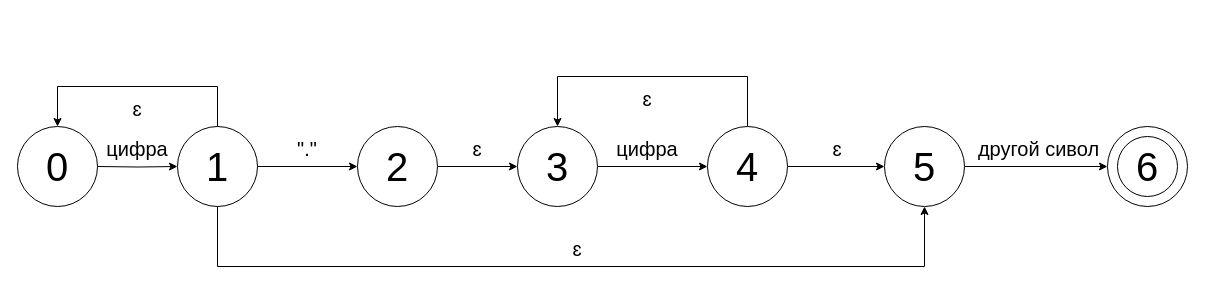
This is Курсовая/ПЗ/Файлы/number/NFA_number.drawio from GREBIAR-Git/6_Semester, a draw.io file, before an edit. Source tidied: cells renumbered, new cells numbered last; positions are measured from the earlier drawing's top-left corner, leaving out a move shared by most shapes. Both pictures are drawn from the tidied source at 100%, with x=0, y=0 at pixel (17, 76).
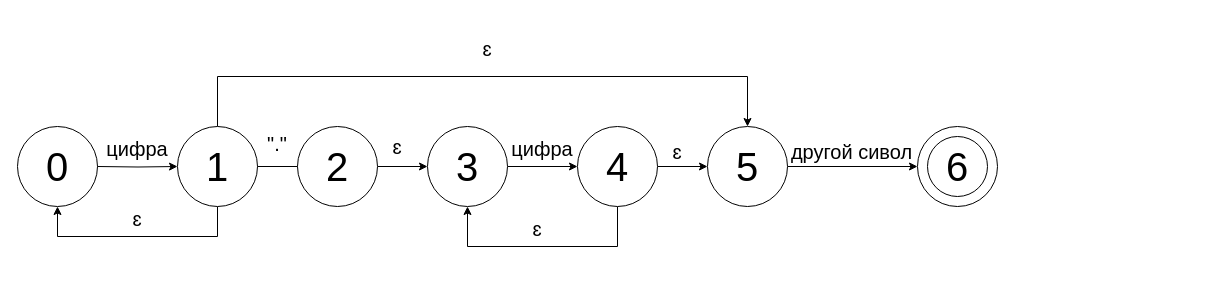
The same diagram, later.

The change refers to these unchanged cells:
```xml
<mxCell id="2" value="&lt;font style=&quot;font-size: 40px;&quot;&gt;0&lt;/font&gt;" style="ellipse;whiteSpace=wrap;html=1;" parent="1" vertex="1">
  <mxGeometry y="50" width="80" height="80" as="geometry" />
</mxCell>
<mxCell id="5" value="&lt;font style=&quot;font-size: 40px;&quot;&gt;1&lt;/font&gt;" style="ellipse;whiteSpace=wrap;html=1;" parent="1" vertex="1">
  <mxGeometry x="160" y="50" width="80" height="80" as="geometry" />
</mxCell>
```

Change to the diagram source:
```diff
@@
-    <mxCell id="3" style="edgeStyle=orthogonalEdgeStyle;rounded=0;jettySize=auto;html=1;entryX=0.5;entryY=1;entryDx=0;entryDy=0;fontSize=40;" parent="1" edge="1" source="5" target="21">
+    <mxCell id="3" style="edgeStyle=orthogonalEdgeStyle;rounded=0;jettySize=auto;html=1;fontSize=40;" parent="1" edge="1" source="5" target="21">
       <mxGeometry relative="1" as="geometry">
         <Array as="points">
-          <mxPoint x="200" y="190" />
-          <mxPoint x="907" y="190" />
+          <mxPoint x="200" />
+          <mxPoint x="730" />
         </Array>
       </mxGeometry>
     </mxCell>
-    <mxCell id="4" style="edgeStyle=orthogonalEdgeStyle;rounded=0;jettySize=auto;html=1;entryX=0.5;entryY=0;entryDx=0;entryDy=0;fontSize=40;" parent="1" edge="1" source="5" target="2">
+    <mxCell id="4" style="edgeStyle=orthogonalEdgeStyle;rounded=0;jettySize=auto;html=1;entryX=0.5;entryY=1;entryDx=0;entryDy=0;fontSize=40;" parent="1" edge="1" source="5" target="2">
       <mxGeometry relative="1" as="geometry">
         <Array as="points">
-          <mxPoint x="200" y="10" />
-          <mxPoint x="40" y="10" />
+          <mxPoint x="200" y="160" />
+          <mxPoint x="40" y="160" />
         </Array>
       </mxGeometry>
     </mxCell>
@@
     <mxCell id="8" value="&lt;font style=&quot;font-size: 20px;&quot;&gt;&quot;.&quot;&lt;/font&gt;" style="text;html=1;strokeColor=none;fillColor=none;align=center;verticalAlign=middle;whiteSpace=wrap;rounded=0;fontSize=40;" parent="1" vertex="1">
-      <mxGeometry x="260" y="50" width="60" height="30" as="geometry" />
+      <mxGeometry x="230" y="45" width="60" height="30" as="geometry" />
     </mxCell>
@@
     <mxCell id="11" value="&lt;font style=&quot;font-size: 40px;&quot;&gt;2&lt;/font&gt;" style="ellipse;whiteSpace=wrap;html=1;" parent="1" vertex="1">
-      <mxGeometry x="340" y="50" width="80" height="80" as="geometry" />
+      <mxGeometry x="280" y="50" width="80" height="80" as="geometry" />
     </mxCell>
@@
     <mxCell id="13" value="&lt;font style=&quot;font-size: 40px;&quot;&gt;3&lt;/font&gt;" style="ellipse;whiteSpace=wrap;html=1;" parent="1" vertex="1">
-      <mxGeometry x="500" y="50" width="80" height="80" as="geometry" />
+      <mxGeometry x="410" y="50" width="80" height="80" as="geometry" />
     </mxCell>
     <mxCell id="14" value="&lt;font style=&quot;font-size: 20px;&quot;&gt;ɛ&lt;/font&gt;" style="text;html=1;strokeColor=none;fillColor=none;align=center;verticalAlign=middle;whiteSpace=wrap;rounded=0;fontSize=40;" parent="1" vertex="1">
-      <mxGeometry x="430" y="50" width="60" height="30" as="geometry" />
+      <mxGeometry x="350" y="47.5" width="60" height="30" as="geometry" />
     </mxCell>
+    <mxCell id="16" style="edgeStyle=orthogonalEdgeStyle;rounded=0;jettySize=auto;html=1;fontSize=40;" parent="1" edge="1" source="17" target="21">
+      <mxGeometry relative="1" as="geometry" />
+    </mxCell>
-    <mxCell id="15" style="edgeStyle=orthogonalEdgeStyle;rounded=0;jettySize=auto;html=1;entryX=0.5;entryY=0;entryDx=0;entryDy=0;fontSize=40;" parent="1" edge="1" source="17" target="13">
+    <mxCell id="15" style="edgeStyle=orthogonalEdgeStyle;rounded=0;jettySize=auto;html=1;" parent="1" edge="1" source="17" target="13">
       <mxGeometry relative="1" as="geometry">
         <Array as="points">
-          <mxPoint x="730" />
-          <mxPoint x="540" />
+          <mxPoint x="600" y="170" />
+          <mxPoint x="450" y="170" />
         </Array>
       </mxGeometry>
     </mxCell>
-    <mxCell id="16" style="edgeStyle=orthogonalEdgeStyle;rounded=0;jettySize=auto;html=1;fontSize=40;" parent="1" edge="1" source="17" target="21">
-      <mxGeometry relative="1" as="geometry" />
-    </mxCell>
     <mxCell id="17" value="&lt;font style=&quot;font-size: 40px;&quot;&gt;4&lt;/font&gt;" style="ellipse;whiteSpace=wrap;html=1;" parent="1" vertex="1">
-      <mxGeometry x="690" y="50" width="80" height="80" as="geometry" />
+      <mxGeometry x="560" y="50" width="80" height="80" as="geometry" />
     </mxCell>
     <mxCell id="18" value="&lt;font style=&quot;font-size: 20px;&quot;&gt;ɛ&lt;/font&gt;" style="text;html=1;strokeColor=none;fillColor=none;align=center;verticalAlign=middle;whiteSpace=wrap;rounded=0;fontSize=40;" parent="1" vertex="1">
-      <mxGeometry x="600" width="60" height="30" as="geometry" />
+      <mxGeometry x="440" y="-50" width="60" height="30" as="geometry" />
     </mxCell>
     <mxCell id="19" value="&lt;font style=&quot;font-size: 20px;&quot;&gt;цифра&lt;/font&gt;" style="text;html=1;strokeColor=none;fillColor=none;align=center;verticalAlign=middle;whiteSpace=wrap;rounded=0;fontSize=40;" parent="1" vertex="1">
-      <mxGeometry x="600" y="50" width="60" height="30" as="geometry" />
+      <mxGeometry x="490" y="50" width="70" height="30" as="geometry" />
     </mxCell>
@@
     <mxCell id="21" value="&lt;font style=&quot;font-size: 40px;&quot;&gt;5&lt;/font&gt;" style="ellipse;whiteSpace=wrap;html=1;" parent="1" vertex="1">
-      <mxGeometry x="867" y="50" width="80" height="80" as="geometry" />
+      <mxGeometry x="690" y="50" width="80" height="80" as="geometry" />
     </mxCell>
     <mxCell id="22" value="&lt;font style=&quot;font-size: 20px;&quot;&gt;ɛ&lt;/font&gt;" style="text;html=1;strokeColor=none;fillColor=none;align=center;verticalAlign=middle;whiteSpace=wrap;rounded=0;fontSize=40;" parent="1" vertex="1">
-      <mxGeometry x="530" y="150" width="60" height="30" as="geometry" />
+      <mxGeometry x="490" y="130" width="60" height="30" as="geometry" />
     </mxCell>
     <mxCell id="23" value="&lt;font style=&quot;font-size: 20px;&quot;&gt;ɛ&lt;/font&gt;" style="text;html=1;strokeColor=none;fillColor=none;align=center;verticalAlign=middle;whiteSpace=wrap;rounded=0;fontSize=40;" parent="1" vertex="1">
-      <mxGeometry x="790" y="50" width="60" height="30" as="geometry" />
+      <mxGeometry x="630" y="52.5" width="60" height="30" as="geometry" />
     </mxCell>
     <mxCell id="24" style="ellipse;whiteSpace=wrap;html=1;" parent="1" vertex="1">
-      <mxGeometry x="1090" y="50" width="80" height="80" as="geometry" />
+      <mxGeometry x="900" y="50" width="80" height="80" as="geometry" />
     </mxCell>
     <mxCell id="25" value="&lt;font style=&quot;font-size: 40px;&quot;&gt;6&lt;/font&gt;" style="ellipse;whiteSpace=wrap;html=1;" parent="1" vertex="1">
-      <mxGeometry x="1100" y="60" width="60" height="60" as="geometry" />
+      <mxGeometry x="910" y="60" width="60" height="60" as="geometry" />
     </mxCell>
     <mxCell id="26" value="&lt;font style=&quot;font-size: 20px;&quot;&gt;другой сивол&lt;/font&gt;" style="text;html=1;strokeColor=none;fillColor=none;align=center;verticalAlign=middle;whiteSpace=wrap;rounded=0;fontSize=40;" parent="1" vertex="1">
-      <mxGeometry x="927" y="52.5" width="189" height="25" as="geometry" />
+      <mxGeometry x="740" y="55" width="189" height="25" as="geometry" />
     </mxCell>
     <mxCell id="27" value="&lt;font style=&quot;font-size: 20px;&quot;&gt;ɛ&lt;/font&gt;" style="text;html=1;strokeColor=none;fillColor=none;align=center;verticalAlign=middle;whiteSpace=wrap;rounded=0;fontSize=40;" parent="1" vertex="1">
-      <mxGeometry x="90" y="10" width="60" height="30" as="geometry" />
+      <mxGeometry x="90" y="120" width="60" height="30" as="geometry" />
     </mxCell>
```
